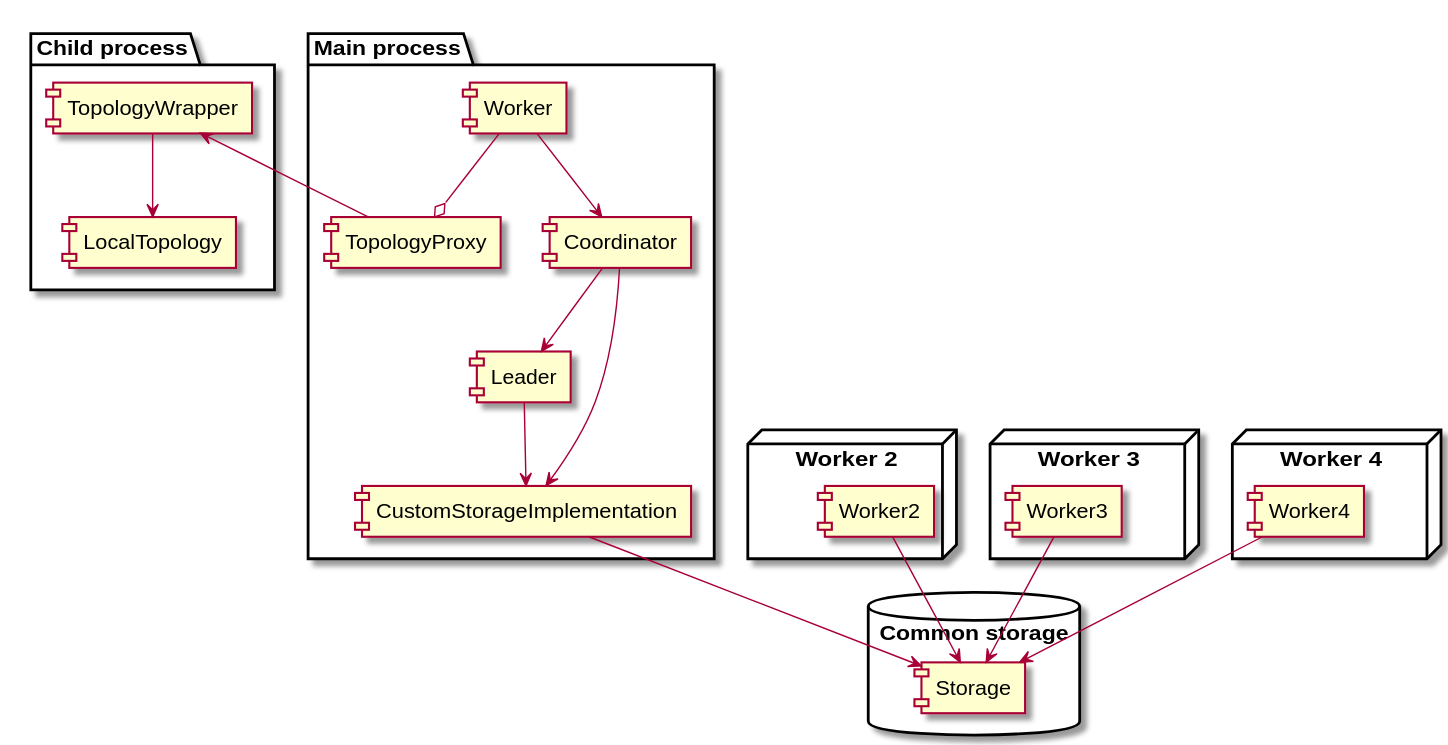
This is docs/imgs/components.svg from qminer/qtopology, a PlantUML export, as it was before one commit.
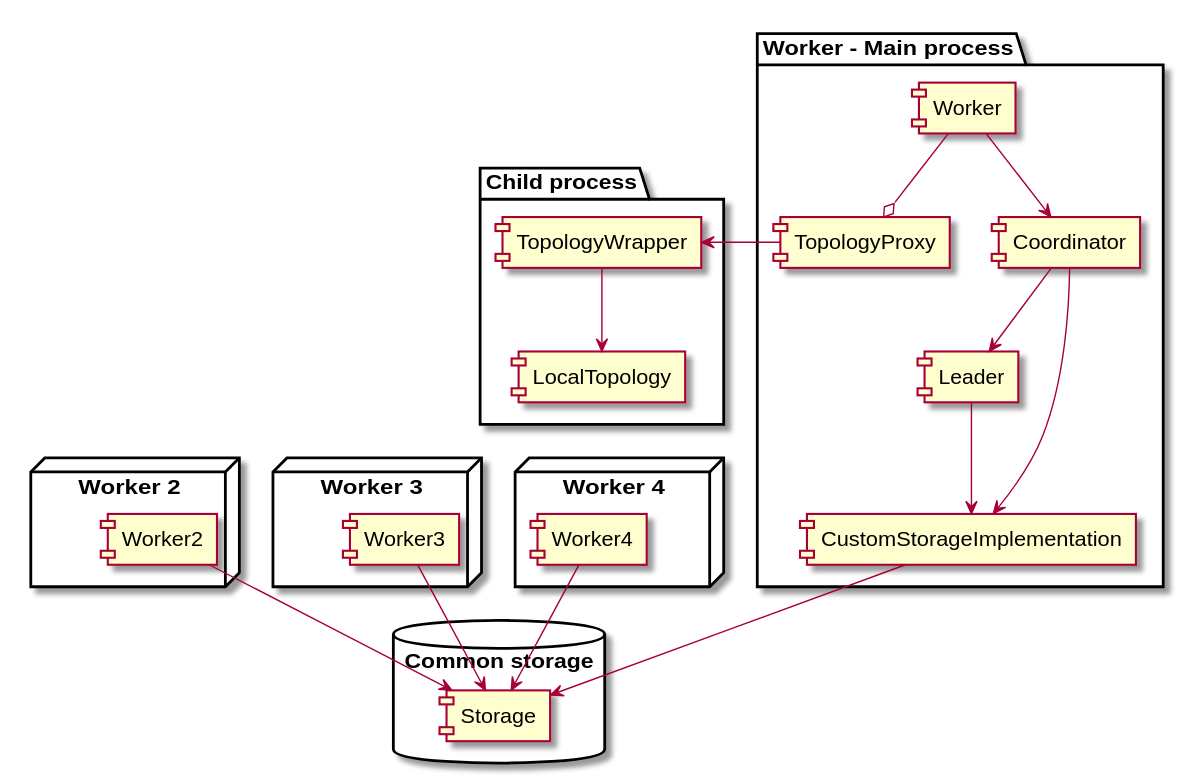
The same diagram one commit later.

Change to the diagram source:
```diff
@@ -1,11 +1,10 @@
 @startuml
-package "Main process" {
+package "Worker - Main process" {
   [Worker] --> [Coordinator]
   [Coordinator] --> [Leader]
   [Worker] --o [TopologyProxy]
-
-[Coordinator] --> [CustomStorageImplementation]
-[Leader] --> [CustomStorageImplementation]
+  [Coordinator] --> [CustomStorageImplementation]
+  [Leader] --> [CustomStorageImplementation]
 }
 
 package "Child process" {
```
